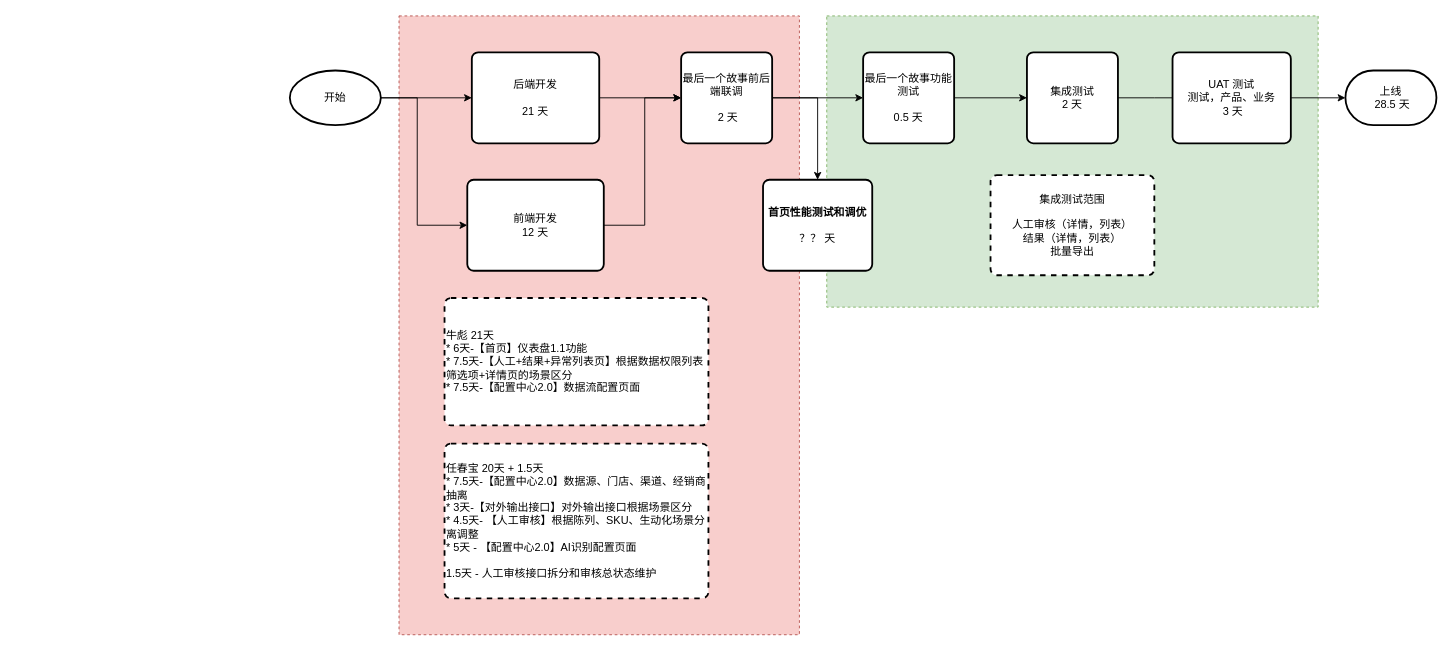
Above: page "图像中台S10-关键路径" (5 of 6) of Untitled Diagram.drawio in xiaofeng1986/drawIO (draw.io), before the change. Source tidied: cells renumbered, new cells numbered last; positions are measured from the earlier drawing's top-left corner, leaving out a move shared by most shapes. Both pictures are drawn from the tidied source at 91%, with x=0, y=0 at pixel (16, 15).
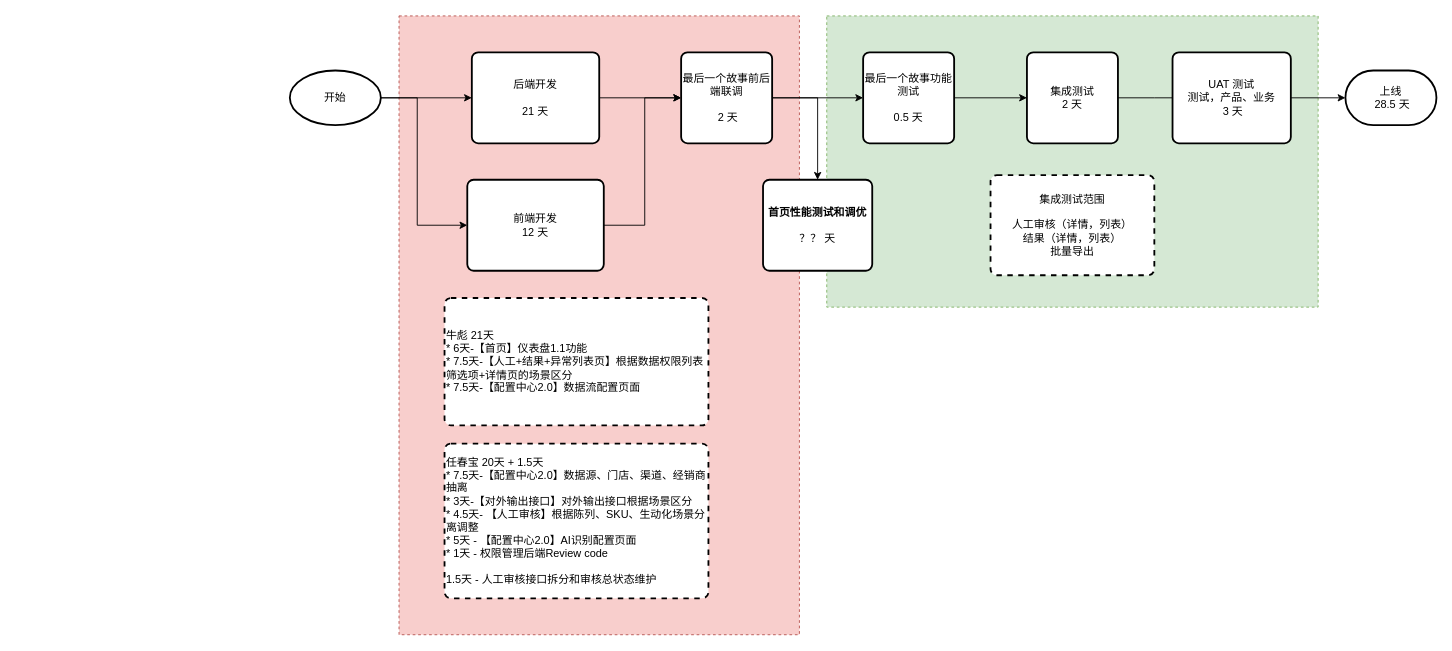
The same page after the edit.

Diff of the diagram source:
```diff
@@
-    <mxCell id="26" value="&lt;div&gt;任春宝 20天 + 1.5天&lt;/div&gt;&lt;div&gt;* 7.5天-【配置中心2.0】数据源、门店、渠道、经销商抽离&lt;/div&gt;&lt;div&gt;* 3天-【对外输出接口】对外输出接口根据场景区分&lt;/div&gt;&lt;div&gt;&lt;span&gt;* 4.5天- 【人工审核】根据陈列、SKU、生动化场景分离调整&lt;/span&gt;&lt;br&gt;&lt;/div&gt;&lt;div&gt;&lt;span&gt;* 5天 - 【配置中心2.0】AI识别配置页面&lt;/span&gt;&lt;br&gt;&lt;/div&gt;&lt;div&gt;&lt;br&gt;&lt;/div&gt;&lt;div&gt;1.5天 - 人工审核接口拆分和审核总状态维护&lt;/div&gt;" style="rounded=1;whiteSpace=wrap;html=1;absoluteArcSize=1;arcSize=14;strokeWidth=2;dashed=1;align=left;" parent="1" vertex="1">
+    <mxCell id="26" value="&lt;div&gt;任春宝 20天 + 1.5天&lt;/div&gt;&lt;div&gt;* 7.5天-【配置中心2.0】数据源、门店、渠道、经销商抽离&lt;/div&gt;&lt;div&gt;* 3天-【对外输出接口】对外输出接口根据场景区分&lt;/div&gt;&lt;div&gt;&lt;span&gt;* 4.5天- 【人工审核】根据陈列、SKU、生动化场景分离调整&lt;/span&gt;&lt;br&gt;&lt;/div&gt;&lt;div&gt;&lt;span&gt;* 5天 - 【配置中心2.0】AI识别配置页面&lt;/span&gt;&lt;br&gt;&lt;/div&gt;&lt;div&gt;* 1天 - 权限管理后端Review code&lt;/div&gt;&lt;div&gt;&lt;br&gt;&lt;/div&gt;&lt;div&gt;1.5天 - 人工审核接口拆分和审核总状态维护&lt;/div&gt;" style="rounded=1;whiteSpace=wrap;html=1;absoluteArcSize=1;arcSize=14;strokeWidth=2;dashed=1;align=left;" parent="1" vertex="1">
       <mxGeometry x="470" y="470" width="290" height="170" as="geometry" />
     </mxCell>
```
